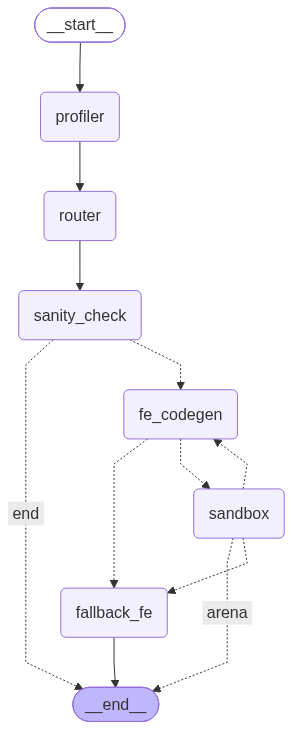
Earlier version of the Mermaid export docs/graph.png (mohit-0907/auto-ds-agent). Its source is kept beside it as docs/graph.mmd. Source of this version:
```mermaid
---
config:
  flowchart:
    curve: linear
---
graph TD;
	__start__([<p>__start__</p>]):::first
	profiler(profiler)
	router(router)
	sanity_check(sanity_check)
	fe_codegen(fe_codegen)
	sandbox(sandbox)
	fallback_fe(fallback_fe)
	__end__([<p>__end__</p>]):::last
	__start__ --> profiler;
	fe_codegen -.-> fallback_fe;
	fe_codegen -.-> sandbox;
	profiler --> router;
	router --> sanity_check;
	sandbox -. &nbsp;arena&nbsp; .-> __end__;
	sandbox -.-> fallback_fe;
	sandbox -.-> fe_codegen;
	sanity_check -. &nbsp;end&nbsp; .-> __end__;
	sanity_check -.-> fe_codegen;
	fallback_fe --> __end__;
	classDef default fill:#f2f0ff,line-height:1.2
	classDef first fill-opacity:0
	classDef last fill:#bfb6fc
```
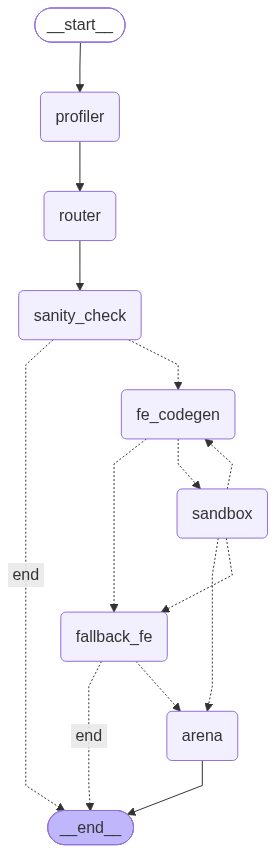
Later version of the same file.

Change to the diagram source:
```diff
@@ -11,18 +11,21 @@
 	fe_codegen(fe_codegen)
 	sandbox(sandbox)
 	fallback_fe(fallback_fe)
+	arena(arena)
 	__end__([<p>__end__</p>]):::last
 	__start__ --> profiler;
+	fallback_fe -. &nbsp;end&nbsp; .-> __end__;
+	fallback_fe -.-> arena;
 	fe_codegen -.-> fallback_fe;
 	fe_codegen -.-> sandbox;
 	profiler --> router;
 	router --> sanity_check;
-	sandbox -. &nbsp;arena&nbsp; .-> __end__;
+	sandbox -.-> arena;
 	sandbox -.-> fallback_fe;
 	sandbox -.-> fe_codegen;
 	sanity_check -. &nbsp;end&nbsp; .-> __end__;
 	sanity_check -.-> fe_codegen;
-	fallback_fe --> __end__;
+	arena --> __end__;
 	classDef default fill:#f2f0ff,line-height:1.2
 	classDef first fill-opacity:0
 	classDef last fill:#bfb6fc
```
